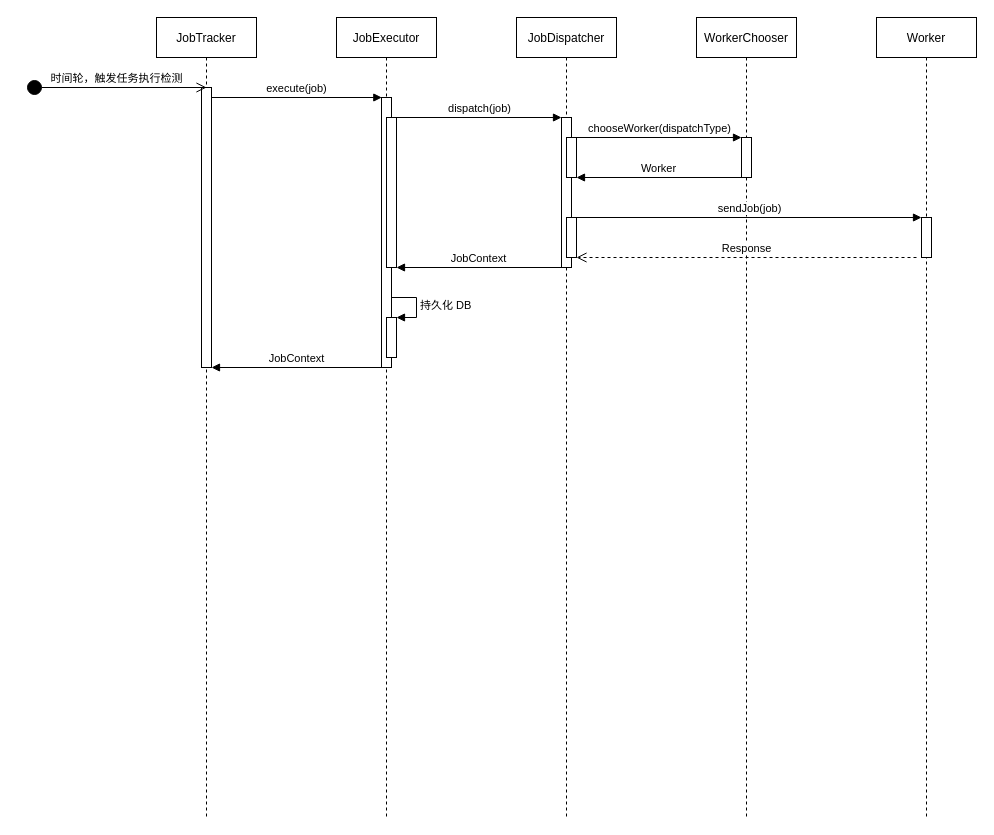
Earlier version of the draw.io diagram docs/任务下发主流程.drawio (limbo-world/flowjob). Source tidied: cells renumbered, new cells numbered last; positions are measured from the earlier drawing's top-left corner, leaving out a move shared by most shapes. Both pictures are drawn from the tidied source at 100%, with x=0, y=0 at pixel (26, 17).
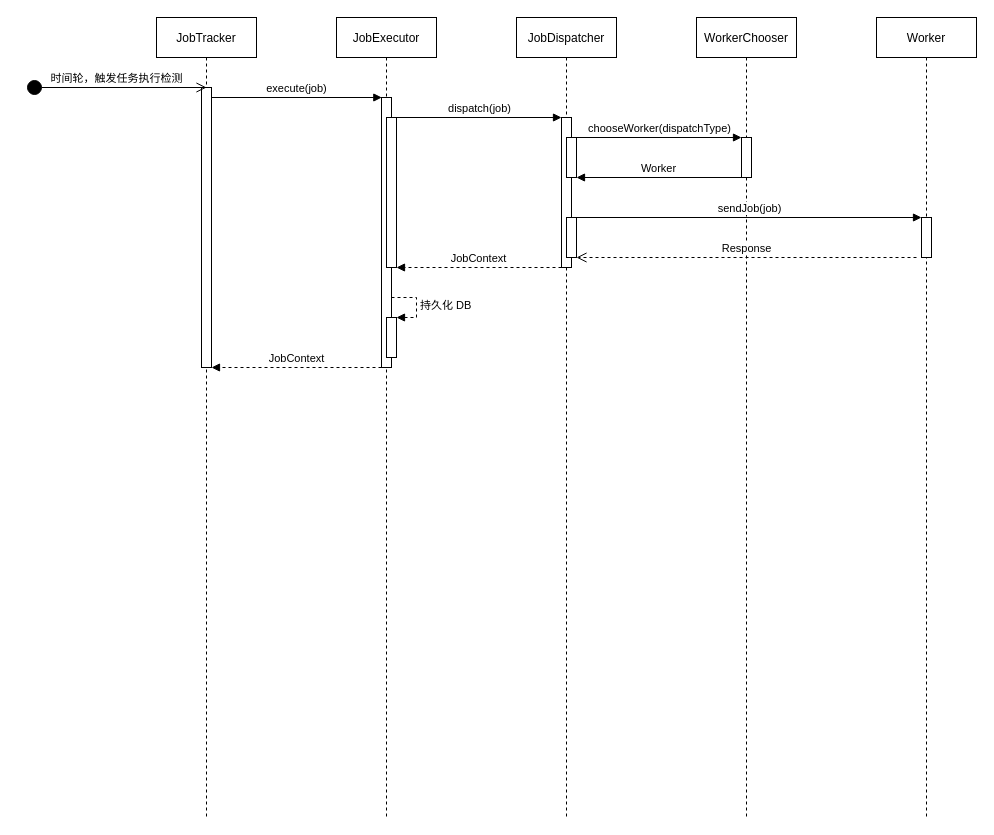
Above is the later version.

Unchanged cells that the change refers to:
```xml
<mxCell id="3" style="points=[];perimeter=orthogonalPerimeter;rounded=0;shadow=0;strokeWidth=1;" parent="2" vertex="1">
  <mxGeometry x="45" y="70" width="10" height="280" as="geometry" />
</mxCell>
<mxCell id="4" value="JobExecutor" style="shape=umlLifeline;perimeter=lifelinePerimeter;rounded=0;shadow=0;strokeWidth=1;" parent="1" vertex="1">
  <mxGeometry x="310" width="100" height="800" as="geometry" />
</mxCell>
<mxCell id="7" style="html=1;points=[];perimeter=orthogonalPerimeter;" parent="4" vertex="1">
  <mxGeometry x="50" y="300" width="10" height="40" as="geometry" />
</mxCell>
```

Diff of the diagram source:
```diff
@@
-    <mxCell id="8" value="持久化 DB" style="edgeStyle=orthogonalEdgeStyle;html=1;align=left;spacingLeft=2;endArrow=block;rounded=0;entryX=1;entryY=0;" parent="4" edge="1" target="7">
+    <mxCell id="8" value="持久化 DB" style="edgeStyle=orthogonalEdgeStyle;html=1;align=left;spacingLeft=2;endArrow=block;rounded=0;entryX=1;entryY=0;dashed=1;" parent="4" edge="1" target="7">
       <mxGeometry relative="1" as="geometry">
         <mxPoint x="55" y="280" as="sourcePoint" />
         <Array as="points">
           <mxPoint x="80" y="280" />
         </Array>
       </mxGeometry>
     </mxCell>
@@
-    <mxCell id="23" value="JobContext" style="html=1;verticalAlign=bottom;endArrow=block;" parent="1" edge="1">
+    <mxCell id="23" value="JobContext" style="html=1;verticalAlign=bottom;endArrow=block;dashed=1;" parent="1" edge="1">
       <mxGeometry relative="1" as="geometry">
         <mxPoint x="535" y="250" as="sourcePoint" />
         <mxPoint x="370" y="250" as="targetPoint" />
       </mxGeometry>
     </mxCell>
-    <mxCell id="24" value="JobContext" style="html=1;verticalAlign=bottom;endArrow=block;" parent="1" edge="1" target="3">
+    <mxCell id="24" value="JobContext" style="html=1;verticalAlign=bottom;endArrow=block;dashed=1;" parent="1" edge="1" target="3">
       <mxGeometry relative="1" as="geometry">
         <mxPoint x="355" y="350" as="sourcePoint" />
       </mxGeometry>
     </mxCell>
```
